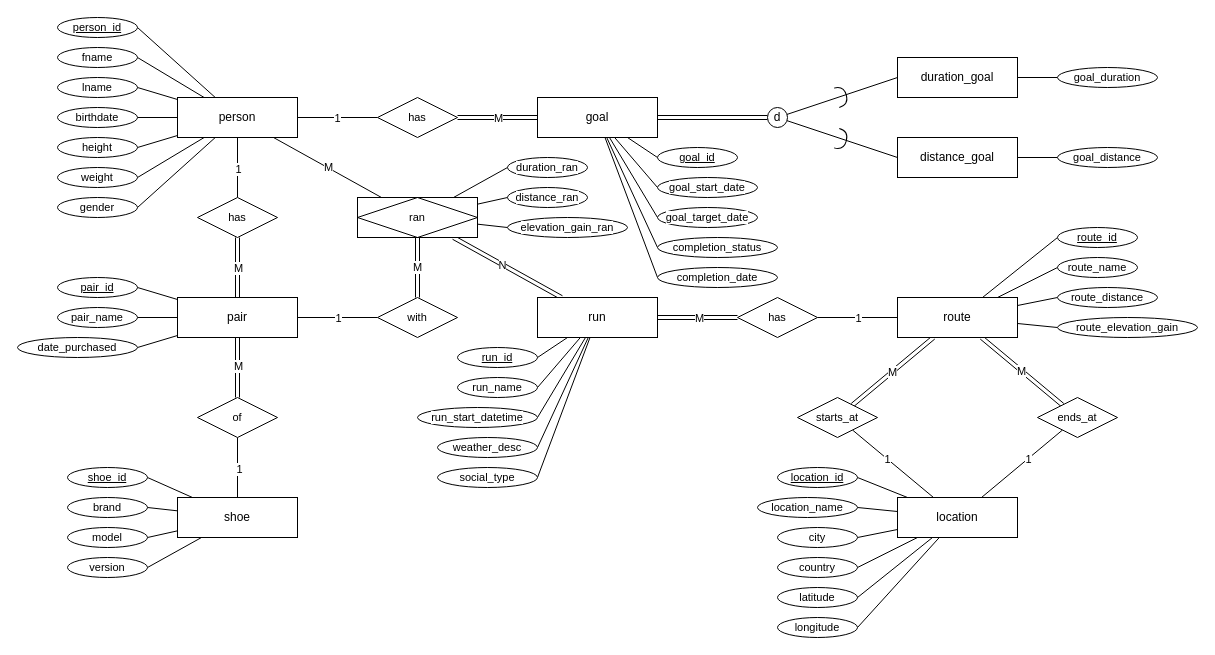
Above: conceptual-schema/ERD.drawio in wongd1532/MyRunLogger (draw.io), before the change. Source tidied: cells renumbered, new cells numbered last; positions are measured from the earlier drawing's top-left corner, leaving out a move shared by most shapes. Both pictures are drawn from the tidied source at 100%, with x=0, y=0 at pixel (17, 17).
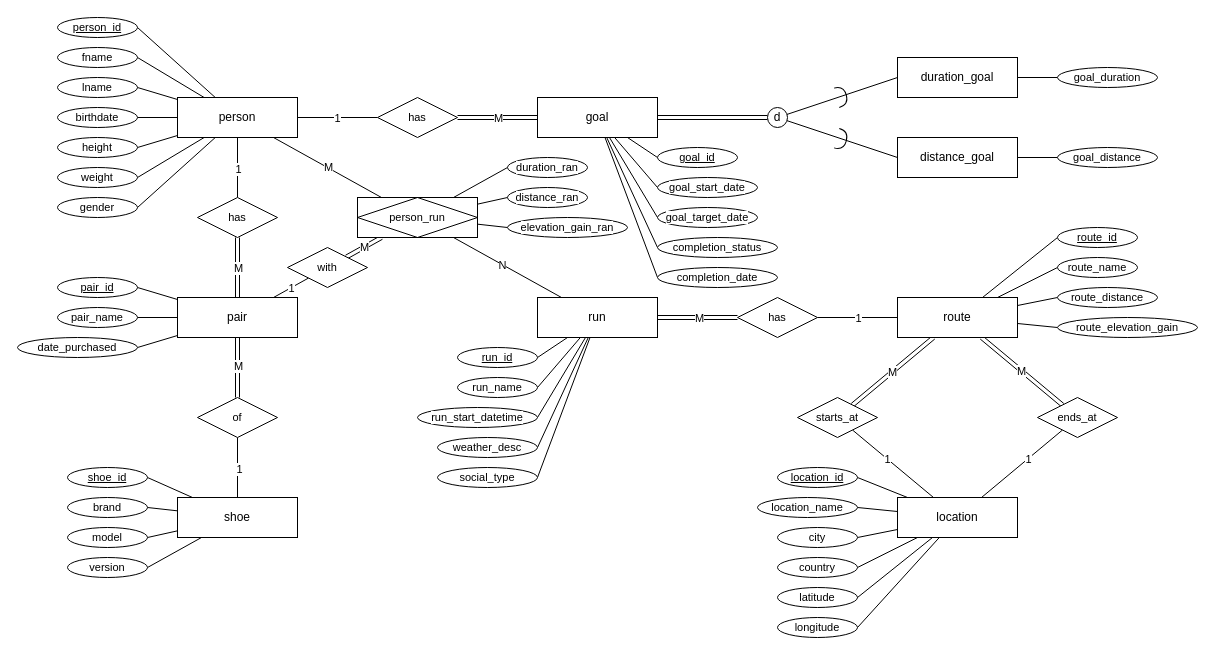
The same diagram, later.

Commit message (it also covers changes not shown here):
conceptual-schema finishing touches

Unchanged cells that the change refers to:
```xml
<mxCell id="51" value="run" style="rounded=0;whiteSpace=wrap;html=1;" parent="1" vertex="1">
  <mxGeometry x="520" y="280" width="120" height="40" as="geometry" />
</mxCell>
```

The edit, as a diff of the source:
```diff
@@
-    <mxCell id="44" style="edgeStyle=none;shape=link;rounded=0;jettySize=auto;html=1;strokeColor=default;align=center;verticalAlign=middle;fontFamily=Helvetica;fontSize=11;fontColor=default;labelBackgroundColor=default;endArrow=none;endFill=0;" parent="1" edge="1" source="51" target="104">
+    <mxCell id="44" style="edgeStyle=none;rounded=0;jettySize=auto;html=1;strokeColor=default;align=center;verticalAlign=middle;fontFamily=Helvetica;fontSize=11;fontColor=default;labelBackgroundColor=default;endArrow=none;endFill=0;" parent="1" edge="1" source="51" target="104">
       <mxGeometry relative="1" as="geometry" />
     </mxCell>
@@
-    <mxCell id="104" value="ran" style="shape=associativeEntity;whiteSpace=wrap;html=1;align=center;fontFamily=Helvetica;fontSize=11;fontColor=default;labelBackgroundColor=default;" parent="1" vertex="1">
+    <mxCell id="104" value="person_run" style="shape=associativeEntity;whiteSpace=wrap;html=1;align=center;fontFamily=Helvetica;fontSize=11;fontColor=default;labelBackgroundColor=default;" parent="1" vertex="1">
       <mxGeometry x="340" y="180" width="120" height="40" as="geometry" />
     </mxCell>
     <mxCell id="105" value="with" style="rhombus;whiteSpace=wrap;html=1;fontFamily=Helvetica;fontSize=11;fontColor=default;labelBackgroundColor=default;" parent="1" vertex="1">
-      <mxGeometry x="360" y="280" width="80" height="40" as="geometry" />
+      <mxGeometry x="270" y="230" width="80" height="40" as="geometry" />
     </mxCell>
```
